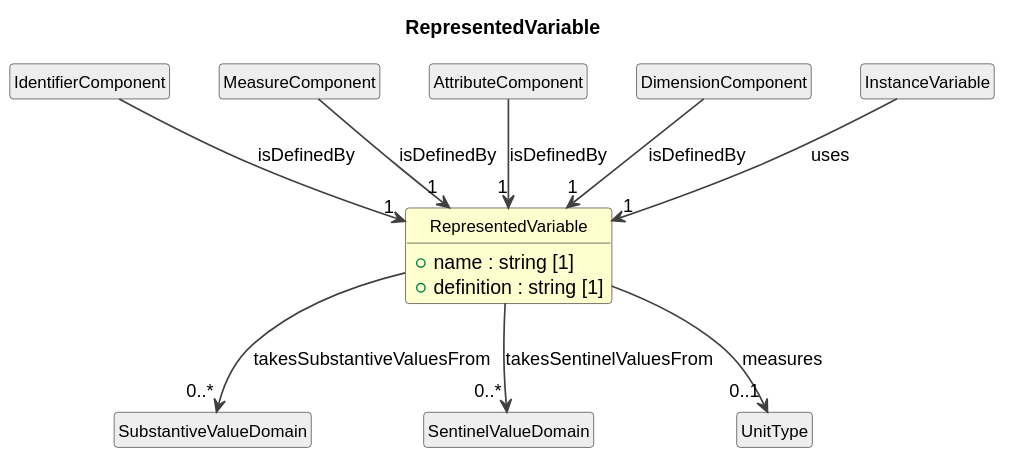
Cross-Domain-Interoperability-Framework/metadataBuildingBlocks keeps this PlantUML diagram as cdif-uml-model/CDIFDataStructure/Classes/RepresentedVariable.svg. Above is the earlier version.
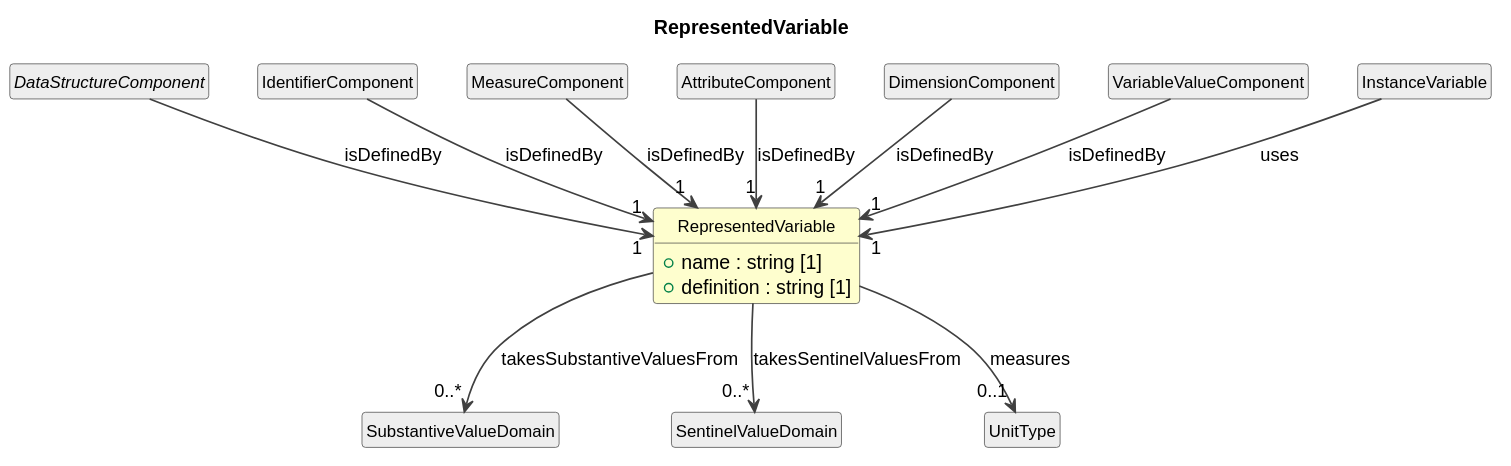
The same diagram one commit later.

The edit, as a diff of the source:
```diff
@@ -14,6 +14,8 @@
   +name : string [1]
   +definition : string [1]
 }
+abstract class "DataStructureComponent" as DataStructureComponent #EEEEEE
+DataStructureComponent --> "1" RepresentedVariable : isDefinedBy
 class "IdentifierComponent" as IdentifierComponent #EEEEEE
 IdentifierComponent --> "1" RepresentedVariable : isDefinedBy
 class "MeasureComponent" as MeasureComponent #EEEEEE
@@ -22,6 +24,8 @@
 AttributeComponent --> "1" RepresentedVariable : isDefinedBy
 class "DimensionComponent" as DimensionComponent #EEEEEE
 DimensionComponent --> "1" RepresentedVariable : isDefinedBy
+class "VariableValueComponent" as VariableValueComponent #EEEEEE
+VariableValueComponent --> "1" RepresentedVariable : isDefinedBy
 class "SubstantiveValueDomain" as SubstantiveValueDomain #EEEEEE
 RepresentedVariable --> "0..*" SubstantiveValueDomain : takesSubstantiveValuesFrom
 class "SentinelValueDomain" as SentinelValueDomain #EEEEEE
```
